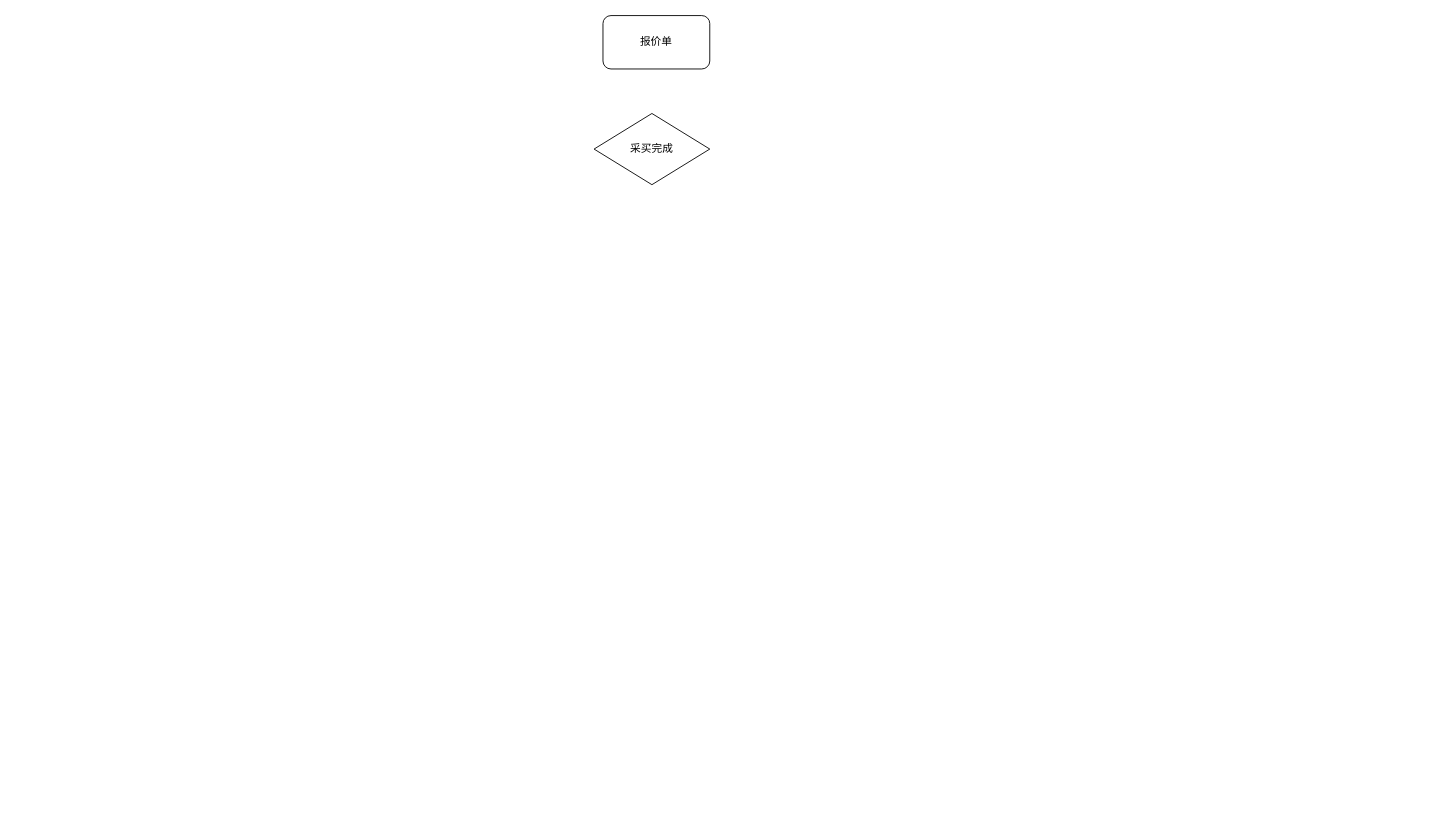
lipf1024/- keeps this draw.io diagram as page "流程" (1 of 2) of 待发.drawio. Above is the earlier version. Source tidied: cells renumbered, new cells numbered last; positions are measured from the earlier drawing's top-left corner, leaving out a move shared by most shapes. Both pictures are drawn from the tidied source at 89%, with x=0, y=0 at pixel (594, 15).
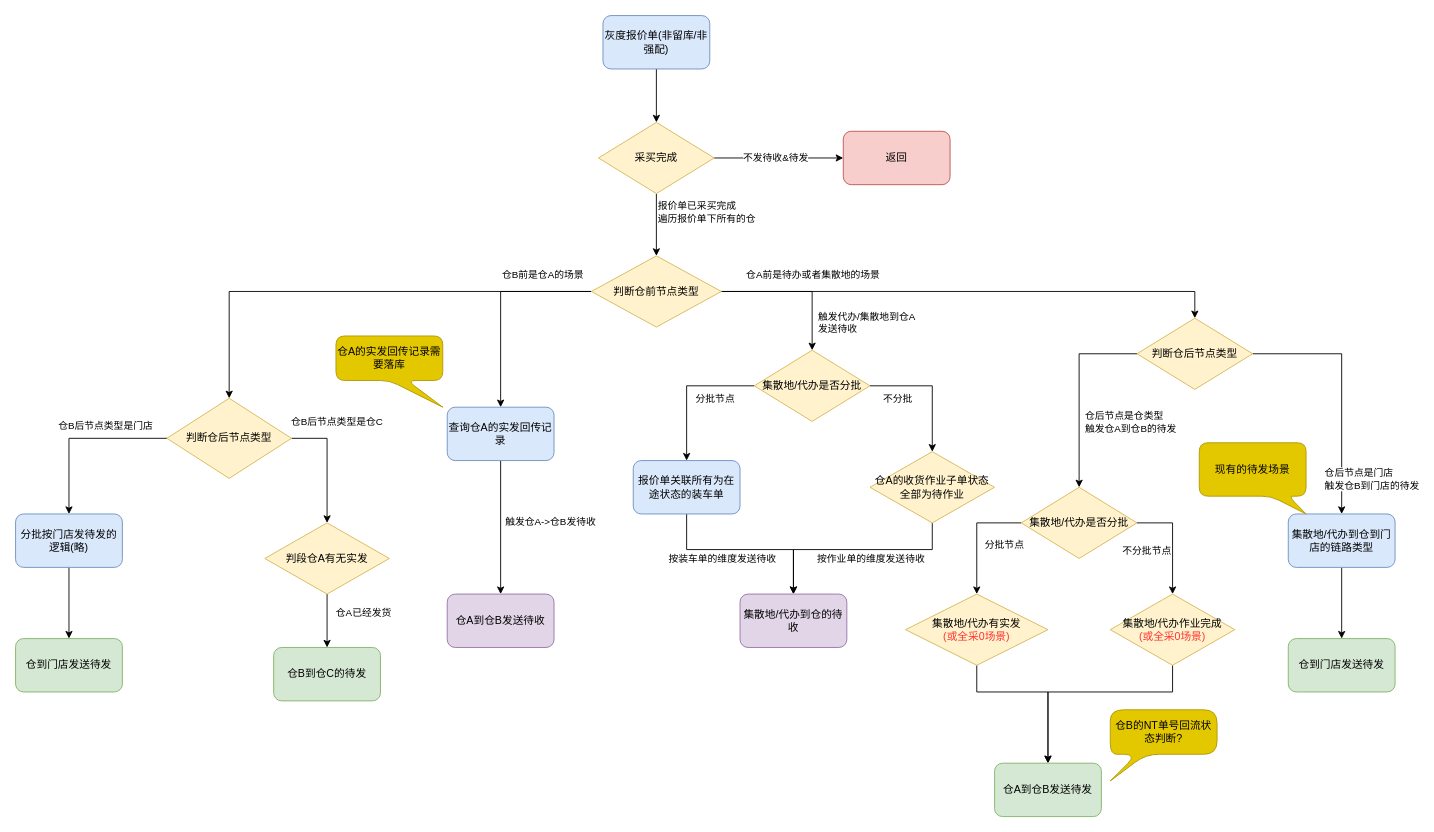
The same diagram, later.

What changed in the source:
```diff
@@
+    <mxCell id="4" style="edgeStyle=orthogonalEdgeStyle;rounded=0;jettySize=auto;html=1;" parent="1" edge="1" source="2" target="3">
+      <mxGeometry relative="1" as="geometry" />
+    </mxCell>
-    <mxCell id="2" value="报价单" style="rounded=1;whiteSpace=wrap;html=1;" parent="1" vertex="1">
+    <mxCell id="2" value="灰度报价单(非留库/非强配)" style="rounded=1;whiteSpace=wrap;html=1;fillColor=#dae8fc;strokeColor=#6c8ebf;" parent="1" vertex="1">
       <mxGeometry x="10" width="120" height="60" as="geometry" />
     </mxCell>
+    <mxCell id="5" style="edgeStyle=orthogonalEdgeStyle;rounded=0;jettySize=auto;html=1;entryX=0.5;entryY=0;entryDx=0;entryDy=0;" parent="1" edge="1" source="3" target="16">
+      <mxGeometry relative="1" as="geometry" />
+    </mxCell>
+    <mxCell id="6" value="报价单已采买完成&lt;br&gt;遍历报价单下所有的仓" style="edgeLabel;html=1;align=left;verticalAlign=middle;" parent="5" vertex="1">
+      <mxGeometry x="-0.36" y="-2" relative="1" as="geometry">
+        <mxPoint x="2" y="-2" as="offset" />
+      </mxGeometry>
+    </mxCell>
+    <mxCell id="7" style="edgeStyle=orthogonalEdgeStyle;rounded=0;jettySize=auto;html=1;" parent="1" edge="1" source="3" target="22">
+      <mxGeometry relative="1" as="geometry" />
+    </mxCell>
+    <mxCell id="8" value="不发待收&amp;amp;待发" style="edgeLabel;html=1;align=center;verticalAlign=middle;" parent="7" vertex="1">
+      <mxGeometry x="-0.06" y="1" relative="1" as="geometry" />
+    </mxCell>
-    <mxCell id="3" value="采买完成" style="rhombus;whiteSpace=wrap;html=1;" parent="1" vertex="1">
-      <mxGeometry y="110" width="130" height="80" as="geometry" />
+    <mxCell id="3" value="采买完成" style="rhombus;whiteSpace=wrap;html=1;fillColor=#fff2cc;strokeColor=#d6b656;" parent="1" vertex="1">
+      <mxGeometry x="5" y="120" width="130" height="80" as="geometry" />
     </mxCell>
+    <mxCell id="9" style="edgeStyle=orthogonalEdgeStyle;rounded=0;jettySize=auto;html=1;exitX=0;exitY=0.5;exitDx=0;exitDy=0;entryX=0.5;entryY=0;entryDx=0;entryDy=0;" parent="1" edge="1" source="16" target="50">
+      <mxGeometry relative="1" as="geometry" />
+    </mxCell>
+    <mxCell id="10" value="仓B前是仓A的场景" style="edgeLabel;html=1;align=left;verticalAlign=middle;" parent="9" vertex="1">
+      <mxGeometry x="-0.21" y="1" relative="1" as="geometry">
+        <mxPoint x="-10" y="-21" as="offset" />
+      </mxGeometry>
+    </mxCell>
+    <mxCell id="11" style="edgeStyle=orthogonalEdgeStyle;rounded=0;jettySize=auto;html=1;exitX=1;exitY=0.5;exitDx=0;exitDy=0;entryX=0.5;entryY=0;entryDx=0;entryDy=0;" parent="1" edge="1" source="16" target="21">
+      <mxGeometry relative="1" as="geometry" />
+    </mxCell>
+    <mxCell id="12" value="仓A前是待办或者集散地的场景" style="edgeLabel;html=1;align=center;verticalAlign=middle;" parent="11" vertex="1">
+      <mxGeometry x="-0.08" y="-1" relative="1" as="geometry">
+        <mxPoint x="25" y="-21" as="offset" />
+      </mxGeometry>
+    </mxCell>
+    <mxCell id="13" value="触发代办/集散地到仓A&lt;br&gt;发送待收" style="edgeLabel;html=1;align=left;verticalAlign=middle;" parent="11" vertex="1">
+      <mxGeometry x="0.62" y="1" relative="1" as="geometry">
+        <mxPoint x="4" as="offset" />
+      </mxGeometry>
+    </mxCell>
+    <mxCell id="14" style="edgeStyle=orthogonalEdgeStyle;rounded=0;jettySize=auto;html=1;exitX=1;exitY=0.5;exitDx=0;exitDy=0;entryX=0.5;entryY=0;entryDx=0;entryDy=0;" parent="1" edge="1" source="16" target="34">
+      <mxGeometry relative="1" as="geometry" />
+    </mxCell>
+    <mxCell id="15" style="edgeStyle=orthogonalEdgeStyle;rounded=0;jettySize=auto;html=1;exitX=0;exitY=0.5;exitDx=0;exitDy=0;entryX=0.5;entryY=0;entryDx=0;entryDy=0;" parent="1" edge="1" source="16" target="59">
+      <mxGeometry relative="1" as="geometry" />
+    </mxCell>
+    <mxCell id="16" value="判断仓前节点类型" style="rhombus;whiteSpace=wrap;html=1;fillColor=#fff2cc;strokeColor=#d6b656;" parent="1" vertex="1">
+      <mxGeometry x="-3" y="270" width="146" height="80" as="geometry" />
+    </mxCell>
+    <mxCell id="17" style="edgeStyle=orthogonalEdgeStyle;rounded=0;jettySize=auto;html=1;entryX=0.5;entryY=0;entryDx=0;entryDy=0;" parent="1" edge="1" source="21" target="25">
+      <mxGeometry relative="1" as="geometry" />
+    </mxCell>
+    <mxCell id="18" value="分批节点" style="edgeLabel;html=1;align=center;verticalAlign=middle;" parent="17" vertex="1">
+      <mxGeometry x="0.26" relative="1" as="geometry">
+        <mxPoint x="31" y="-11" as="offset" />
+      </mxGeometry>
+    </mxCell>
+    <mxCell id="19" style="edgeStyle=orthogonalEdgeStyle;rounded=0;jettySize=auto;html=1;exitX=1;exitY=0.5;exitDx=0;exitDy=0;entryX=0.5;entryY=0;entryDx=0;entryDy=0;" parent="1" edge="1" source="21" target="29">
+      <mxGeometry relative="1" as="geometry" />
+    </mxCell>
+    <mxCell id="20" value="不分批" style="edgeLabel;html=1;align=center;verticalAlign=middle;" parent="19" vertex="1">
+      <mxGeometry x="0.18" relative="1" as="geometry">
+        <mxPoint x="-40" y="-1" as="offset" />
+      </mxGeometry>
+    </mxCell>
+    <mxCell id="21" value="集散地/代办是否分批" style="rhombus;whiteSpace=wrap;html=1;fillColor=#fff2cc;strokeColor=#d6b656;" parent="1" vertex="1">
+      <mxGeometry x="180" y="376" width="130" height="80" as="geometry" />
+    </mxCell>
+    <mxCell id="22" value="返回" style="rounded=1;whiteSpace=wrap;html=1;fillColor=#f8cecc;strokeColor=#b85450;" parent="1" vertex="1">
+      <mxGeometry x="280" y="130" width="120" height="60" as="geometry" />
+    </mxCell>
+    <mxCell id="23" style="edgeStyle=orthogonalEdgeStyle;rounded=0;jettySize=auto;html=1;entryX=0.5;entryY=0;entryDx=0;entryDy=0;" parent="1" edge="1" source="25" target="26">
+      <mxGeometry relative="1" as="geometry">
+        <Array as="points">
+          <mxPoint x="104" y="600" />
+          <mxPoint x="224" y="600" />
+        </Array>
+      </mxGeometry>
+    </mxCell>
+    <mxCell id="24" value="按装车单的维度发送待收" style="edgeLabel;html=1;align=center;verticalAlign=middle;" parent="23" vertex="1">
+      <mxGeometry x="-0.33" y="-2" relative="1" as="geometry">
+        <mxPoint x="9" y="8" as="offset" />
+      </mxGeometry>
+    </mxCell>
+    <mxCell id="25" value="报价单关联所有为在途状态的装车单" style="rounded=1;whiteSpace=wrap;html=1;fillColor=#dae8fc;strokeColor=#6c8ebf;" parent="1" vertex="1">
+      <mxGeometry x="44" y="500" width="120" height="60" as="geometry" />
+    </mxCell>
+    <mxCell id="26" value="集散地/代办到仓的待收" style="rounded=1;whiteSpace=wrap;html=1;fillColor=#e1d5e7;strokeColor=#9673a6;" parent="1" vertex="1">
+      <mxGeometry x="164" y="650" width="120" height="60" as="geometry" />
+    </mxCell>
+    <mxCell id="27" style="edgeStyle=orthogonalEdgeStyle;rounded=0;jettySize=auto;html=1;exitX=0.5;exitY=1;exitDx=0;exitDy=0;entryX=0.5;entryY=0;entryDx=0;entryDy=0;" parent="1" edge="1" source="29" target="26">
+      <mxGeometry relative="1" as="geometry">
+        <Array as="points">
+          <mxPoint x="380" y="600" />
+          <mxPoint x="224" y="600" />
+        </Array>
+      </mxGeometry>
+    </mxCell>
+    <mxCell id="28" value="按作业单的维度发送待收" style="edgeLabel;html=1;align=center;verticalAlign=middle;" parent="27" vertex="1">
+      <mxGeometry x="-0.17" y="-2" relative="1" as="geometry">
+        <mxPoint x="-2" y="12" as="offset" />
+      </mxGeometry>
+    </mxCell>
+    <mxCell id="29" value="仓A的收货作业子单状态全部为待作业" style="rhombus;whiteSpace=wrap;html=1;fillColor=#fff2cc;strokeColor=#d6b656;" parent="1" vertex="1">
+      <mxGeometry x="310" y="490" width="140" height="80" as="geometry" />
+    </mxCell>
+    <mxCell id="30" style="edgeStyle=orthogonalEdgeStyle;rounded=0;jettySize=auto;html=1;exitX=0;exitY=0.5;exitDx=0;exitDy=0;entryX=0.5;entryY=0;entryDx=0;entryDy=0;" parent="1" edge="1" source="34" target="39">
+      <mxGeometry relative="1" as="geometry" />
+    </mxCell>
+    <mxCell id="31" value="仓后节点是仓类型&lt;br&gt;触发仓A到仓B的待发" style="edgeLabel;html=1;align=left;verticalAlign=middle;" parent="30" vertex="1">
+      <mxGeometry x="-0.45" y="-1" relative="1" as="geometry">
+        <mxPoint x="-1" y="77" as="offset" />
+      </mxGeometry>
+    </mxCell>
+    <mxCell id="32" style="edgeStyle=orthogonalEdgeStyle;rounded=0;jettySize=auto;html=1;exitX=1;exitY=0.5;exitDx=0;exitDy=0;entryX=0.5;entryY=0;entryDx=0;entryDy=0;" parent="1" edge="1" source="34" target="46">
+      <mxGeometry relative="1" as="geometry">
+        <Array as="points">
+          <mxPoint x="840" y="380" />
+        </Array>
+      </mxGeometry>
+    </mxCell>
+    <mxCell id="33" value="&lt;div style=&quot;text-align: justify;&quot;&gt;仓后节点是门店&lt;/div&gt;&lt;div style=&quot;text-align: justify;&quot;&gt;触发仓B到门店的待发&lt;/div&gt;" style="edgeLabel;html=1;align=center;verticalAlign=middle;" parent="32" vertex="1">
+      <mxGeometry x="-0.55" relative="1" as="geometry">
+        <mxPoint x="70" y="140" as="offset" />
+      </mxGeometry>
+    </mxCell>
+    <mxCell id="34" value="判断仓后节点类型" style="rhombus;whiteSpace=wrap;html=1;fillColor=#fff2cc;strokeColor=#d6b656;" parent="1" vertex="1">
+      <mxGeometry x="610" y="340" width="130" height="80" as="geometry" />
+    </mxCell>
+    <mxCell id="35" style="edgeStyle=orthogonalEdgeStyle;rounded=0;jettySize=auto;html=1;entryX=0.5;entryY=0;entryDx=0;entryDy=0;" parent="1" edge="1" source="39" target="41">
+      <mxGeometry relative="1" as="geometry">
+        <Array as="points">
+          <mxPoint x="430" y="570" />
+        </Array>
+      </mxGeometry>
+    </mxCell>
+    <mxCell id="36" value="分批节点" style="edgeLabel;html=1;align=center;verticalAlign=middle;" parent="35" vertex="1">
+      <mxGeometry x="0.14" y="1" relative="1" as="geometry">
+        <mxPoint x="29" as="offset" />
+      </mxGeometry>
+    </mxCell>
+    <mxCell id="37" style="edgeStyle=orthogonalEdgeStyle;rounded=0;jettySize=auto;html=1;exitX=1;exitY=0.5;exitDx=0;exitDy=0;entryX=0.5;entryY=0;entryDx=0;entryDy=0;" parent="1" edge="1" source="39" target="43">
+      <mxGeometry relative="1" as="geometry" />
+    </mxCell>
+    <mxCell id="38" value="不分批节点" style="edgeLabel;html=1;align=center;verticalAlign=middle;" parent="37" vertex="1">
+      <mxGeometry x="-0.01" y="1" relative="1" as="geometry">
+        <mxPoint x="-31" y="11" as="offset" />
+      </mxGeometry>
+    </mxCell>
+    <mxCell id="39" value="集散地/代办是否分批" style="rhombus;whiteSpace=wrap;html=1;fillColor=#fff2cc;strokeColor=#d6b656;" parent="1" vertex="1">
+      <mxGeometry x="480" y="530" width="130" height="80" as="geometry" />
+    </mxCell>
+    <mxCell id="40" style="edgeStyle=orthogonalEdgeStyle;rounded=0;jettySize=auto;html=1;exitX=0.5;exitY=1;exitDx=0;exitDy=0;entryX=0.5;entryY=0;entryDx=0;entryDy=0;" parent="1" edge="1" source="41" target="44">
+      <mxGeometry relative="1" as="geometry">
+        <Array as="points">
+          <mxPoint x="430" y="760" />
+          <mxPoint x="510" y="760" />
+        </Array>
+      </mxGeometry>
+    </mxCell>
+    <mxCell id="41" value="集散地/代办有实发&lt;br&gt;&lt;font color=&quot;#ff3333&quot;&gt;(或全采0场景)&lt;/font&gt;" style="rhombus;whiteSpace=wrap;html=1;fillColor=#fff2cc;strokeColor=#d6b656;" parent="1" vertex="1">
+      <mxGeometry x="350" y="650" width="160" height="80" as="geometry" />
+    </mxCell>
+    <mxCell id="42" style="edgeStyle=orthogonalEdgeStyle;rounded=0;jettySize=auto;html=1;exitX=0.5;exitY=1;exitDx=0;exitDy=0;entryX=0.5;entryY=0;entryDx=0;entryDy=0;" parent="1" edge="1" source="43" target="44">
+      <mxGeometry relative="1" as="geometry">
+        <Array as="points">
+          <mxPoint x="650" y="760" />
+          <mxPoint x="510" y="760" />
+        </Array>
+      </mxGeometry>
+    </mxCell>
+    <mxCell id="43" value="集散地/代办作业完成&lt;br&gt;&lt;font color=&quot;#ff3333&quot;&gt;(或全采0场景)&lt;/font&gt;" style="rhombus;whiteSpace=wrap;html=1;fillColor=#fff2cc;strokeColor=#d6b656;" parent="1" vertex="1">
+      <mxGeometry x="580" y="650" width="140" height="80" as="geometry" />
+    </mxCell>
+    <mxCell id="44" value="仓A到仓B发送待发" style="rounded=1;whiteSpace=wrap;html=1;fillColor=#d5e8d4;strokeColor=#82b366;" parent="1" vertex="1">
+      <mxGeometry x="450" y="840" width="120" height="60" as="geometry" />
+    </mxCell>
+    <mxCell id="45" style="edgeStyle=orthogonalEdgeStyle;rounded=0;jettySize=auto;html=1;" parent="1" edge="1" source="46" target="47">
+      <mxGeometry relative="1" as="geometry" />
+    </mxCell>
+    <mxCell id="46" value="集散地/代办到仓到门店的链路类型" style="rounded=1;whiteSpace=wrap;html=1;fillColor=#dae8fc;strokeColor=#6c8ebf;" parent="1" vertex="1">
+      <mxGeometry x="780" y="560" width="120" height="60" as="geometry" />
+    </mxCell>
+    <mxCell id="47" value="仓到门店发送待发" style="rounded=1;whiteSpace=wrap;html=1;fillColor=#d5e8d4;strokeColor=#82b366;" parent="1" vertex="1">
+      <mxGeometry x="780" y="700" width="120" height="60" as="geometry" />
+    </mxCell>
+    <mxCell id="48" style="edgeStyle=orthogonalEdgeStyle;rounded=0;jettySize=auto;html=1;entryX=0.5;entryY=0;entryDx=0;entryDy=0;" parent="1" edge="1" source="50" target="51">
+      <mxGeometry relative="1" as="geometry" />
+    </mxCell>
+    <mxCell id="49" value="触发仓A-&amp;gt;仓B发待收" style="edgeLabel;html=1;align=center;verticalAlign=middle;" parent="48" vertex="1">
+      <mxGeometry x="-0.16" y="2" relative="1" as="geometry">
+        <mxPoint x="53" y="5" as="offset" />
+      </mxGeometry>
+    </mxCell>
+    <mxCell id="50" value="查询仓A的实发回传记录" style="rounded=1;whiteSpace=wrap;html=1;fillColor=#dae8fc;strokeColor=#6c8ebf;" parent="1" vertex="1">
+      <mxGeometry x="-165" y="440" width="120" height="60" as="geometry" />
+    </mxCell>
+    <mxCell id="51" value="仓A到仓B发送待收" style="rounded=1;whiteSpace=wrap;html=1;fillColor=#e1d5e7;strokeColor=#9673a6;" parent="1" vertex="1">
+      <mxGeometry x="-165" y="650" width="120" height="60" as="geometry" />
+    </mxCell>
+    <mxCell id="52" value="仓A的实发回传记录需要落库" style="shape=callout;whiteSpace=wrap;html=1;perimeter=calloutPerimeter;position2=1;fillColor=#e3c800;fontColor=#000000;strokeColor=#B09500;rounded=1;" parent="1" vertex="1">
+      <mxGeometry x="-290" y="360" width="120" height="80" as="geometry" />
+    </mxCell>
+    <mxCell id="53" value="现有的待发场景" style="shape=callout;whiteSpace=wrap;html=1;perimeter=calloutPerimeter;size=20;position=0.67;position2=1;fillColor=#e3c800;fontColor=#000000;strokeColor=#B09500;rounded=1;" parent="1" vertex="1">
+      <mxGeometry x="680" y="480" width="120" height="80" as="geometry" />
+    </mxCell>
+    <mxCell id="54" value="仓B的NT单号回流状态判断?" style="shape=callout;whiteSpace=wrap;html=1;perimeter=calloutPerimeter;size=30;position=0.25;position2=0;fillColor=#e3c800;fontColor=#000000;strokeColor=#B09500;rounded=1;base=10;arcSize=30;" parent="1" vertex="1">
+      <mxGeometry x="580" y="780" width="120" height="80" as="geometry" />
+    </mxCell>
+    <mxCell id="55" style="edgeStyle=orthogonalEdgeStyle;rounded=0;jettySize=auto;html=1;exitX=0;exitY=0.5;exitDx=0;exitDy=0;entryX=0.5;entryY=0;entryDx=0;entryDy=0;" parent="1" edge="1" source="59" target="61">
+      <mxGeometry relative="1" as="geometry" />
+    </mxCell>
+    <mxCell id="56" value="仓B后节点类型是门店" style="edgeLabel;html=1;align=center;verticalAlign=middle;" parent="55" vertex="1">
+      <mxGeometry x="-0.15" y="-1" relative="1" as="geometry">
+        <mxPoint x="13" y="-14" as="offset" />
+      </mxGeometry>
+    </mxCell>
+    <mxCell id="57" style="edgeStyle=orthogonalEdgeStyle;rounded=0;jettySize=auto;html=1;exitX=1;exitY=0.5;exitDx=0;exitDy=0;entryX=0.5;entryY=0;entryDx=0;entryDy=0;" parent="1" edge="1" source="59" target="65">
+      <mxGeometry relative="1" as="geometry">
+        <Array as="points">
+          <mxPoint x="-300" y="475" />
+        </Array>
+      </mxGeometry>
+    </mxCell>
+    <mxCell id="58" value="仓B后节点类型是仓C" style="edgeLabel;html=1;align=center;verticalAlign=middle;" parent="57" vertex="1">
+      <mxGeometry x="-0.62" y="-1" relative="1" as="geometry">
+        <mxPoint x="24" y="-20" as="offset" />
+      </mxGeometry>
+    </mxCell>
+    <mxCell id="59" value="判断仓后节点类型" style="rhombus;whiteSpace=wrap;html=1;fillColor=#fff2cc;strokeColor=#d6b656;" parent="1" vertex="1">
+      <mxGeometry x="-480" y="430" width="140" height="90" as="geometry" />
+    </mxCell>
+    <mxCell id="60" style="edgeStyle=orthogonalEdgeStyle;rounded=0;jettySize=auto;html=1;entryX=0.5;entryY=0;entryDx=0;entryDy=0;" parent="1" edge="1" source="61" target="62">
+      <mxGeometry relative="1" as="geometry" />
+    </mxCell>
+    <mxCell id="61" value="分批按门店发待发的逻辑(略)" style="rounded=1;whiteSpace=wrap;html=1;fillColor=#dae8fc;strokeColor=#6c8ebf;" parent="1" vertex="1">
+      <mxGeometry x="-650" y="560" width="120" height="60" as="geometry" />
+    </mxCell>
+    <mxCell id="62" value="仓到门店发送待发" style="rounded=1;whiteSpace=wrap;html=1;fillColor=#d5e8d4;strokeColor=#82b366;" parent="1" vertex="1">
+      <mxGeometry x="-650" y="700" width="120" height="60" as="geometry" />
+    </mxCell>
+    <mxCell id="63" style="edgeStyle=orthogonalEdgeStyle;rounded=0;jettySize=auto;html=1;entryX=0.5;entryY=0;entryDx=0;entryDy=0;" parent="1" edge="1" source="65" target="66">
+      <mxGeometry relative="1" as="geometry" />
+    </mxCell>
+    <mxCell id="64" value="仓A已经发货" style="edgeLabel;html=1;align=center;verticalAlign=middle;" parent="63" vertex="1">
+      <mxGeometry x="-0.28" y="2" relative="1" as="geometry">
+        <mxPoint x="38" y="-2" as="offset" />
+      </mxGeometry>
+    </mxCell>
+    <mxCell id="65" value="判段仓A有无实发" style="rhombus;whiteSpace=wrap;html=1;fillColor=#fff2cc;strokeColor=#d6b656;" parent="1" vertex="1">
+      <mxGeometry x="-370" y="570" width="140" height="80" as="geometry" />
+    </mxCell>
+    <mxCell id="66" value="仓B到仓C的待发" style="rounded=1;whiteSpace=wrap;html=1;fillColor=#d5e8d4;strokeColor=#82b366;" parent="1" vertex="1">
+      <mxGeometry x="-360" y="710" width="120" height="60" as="geometry" />
+    </mxCell>
```
